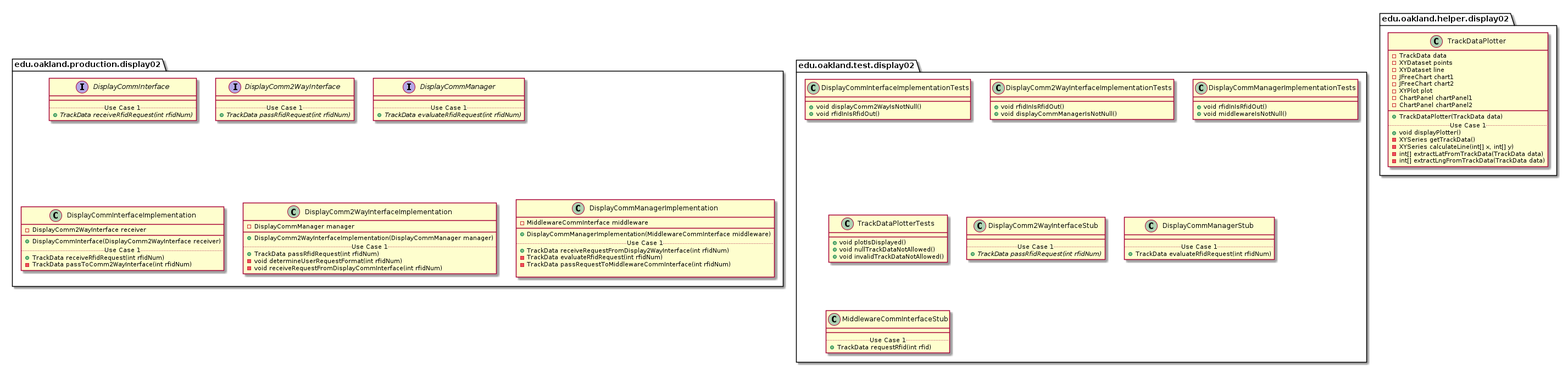
andrewdimmer/csi-3370-software-project keeps this PlantUML diagram as docs/uml-class-diagrams/display02/Display02Packages.png. Above is the earlier version.
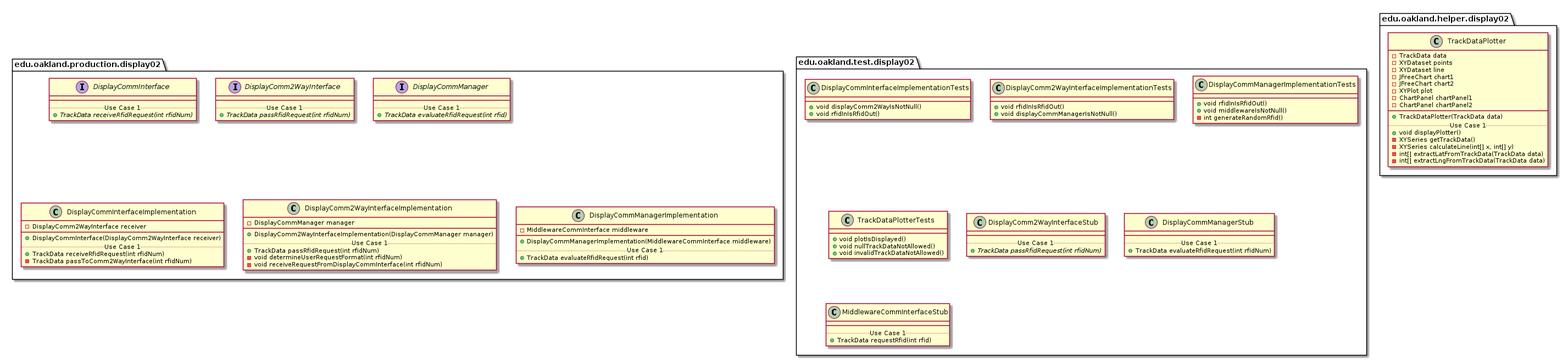
Above is the later version.

What changed in the source:
```diff
@@ -28,7 +28,7 @@
     interface DisplayCommManager {
         __
         .. Use Case 1 ..
-        {abstract} + TrackData evaluateRfidRequest(int rfidNum)
+        {abstract} + TrackData evaluateRfidRequest(int rfid)
     }
 }
 
@@ -64,10 +64,7 @@
         __
         + DisplayCommManagerImplementation(MiddlewareCommInterface middleware)
         .. Use Case 1 ..
-        + TrackData receiveRequestFromDisplay2WayInterface(int rfidNum)
-        - TrackData evaluateRfidRequest(int rfidNum)
-        - TrackData passRequestToMiddlewareCommInterface(int rfidNum)
-
+        + TrackData evaluateRfidRequest(int rfid)
     }
 }
 
@@ -99,6 +96,7 @@
     class DisplayCommManagerImplementationTests {
         + void rfidInIsRfidOut()
         + void middlewareIsNotNull()
+        - int generateRandomRfid()
     }
 }
 
```
